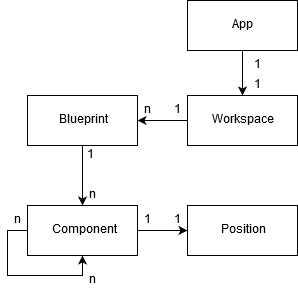
Earlier version of the draw.io export DomainModel/DomainModel.png (winner-is-kungen/TDA367Document). Source tidied: cells renumbered, new cells last; positions are measured from the earlier drawing's top-left corner, leaving out a move shared by most shapes.
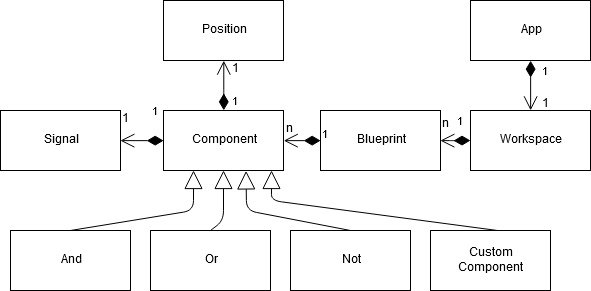
After the change.

Commit message:
Cleaned up Domain Model

The edit, as a diff of the source:
```diff
@@ -2,65 +2,109 @@
   <root>
     <mxCell id="0" />
     <mxCell id="1" parent="0" />
+    <mxCell id="4" value="Component" style="rounded=0;whiteSpace=wrap;html=1;" parent="1" vertex="1">
+      <mxGeometry x="-37" y="80" width="120" height="60" as="geometry" />
+    </mxCell>
+    <mxCell id="9" value="Position" style="rounded=0;whiteSpace=wrap;html=1;" parent="1" vertex="1">
+      <mxGeometry x="-37" y="-30" width="120" height="60" as="geometry" />
+    </mxCell>
+    <mxCell id="22" value="Signal" style="rounded=0;whiteSpace=wrap;html=1;" parent="1" vertex="1">
+      <mxGeometry x="-200" y="80" width="120" height="60" as="geometry" />
+    </mxCell>
+    <mxCell id="6" value="Blueprint" style="rounded=0;whiteSpace=wrap;html=1;" parent="1" vertex="1">
+      <mxGeometry x="120" y="80" width="120" height="60" as="geometry" />
+    </mxCell>
+    <mxCell id="8" value="Workspace" style="rounded=0;whiteSpace=wrap;html=1;" parent="1" vertex="1">
+      <mxGeometry x="270" y="80" width="120" height="60" as="geometry" />
+    </mxCell>
+    <mxCell id="19" value="&lt;div&gt;App&lt;/div&gt;" style="rounded=0;whiteSpace=wrap;html=1;" parent="1" vertex="1">
+      <mxGeometry x="270" y="-30" width="120" height="60" as="geometry" />
+    </mxCell>
+    <mxCell id="23" value="And" style="rounded=0;whiteSpace=wrap;html=1;" parent="1" vertex="1">
+      <mxGeometry x="-190" y="200" width="120" height="60" as="geometry" />
+    </mxCell>
+    <mxCell id="24" value="Or" style="rounded=0;whiteSpace=wrap;html=1;" parent="1" vertex="1">
+      <mxGeometry x="-50" y="200" width="120" height="60" as="geometry" />
+    </mxCell>
+    <mxCell id="25" value="Not" style="rounded=0;whiteSpace=wrap;html=1;" parent="1" vertex="1">
+      <mxGeometry x="90" y="200" width="120" height="60" as="geometry" />
+    </mxCell>
+    <mxCell id="26" value="&lt;div&gt;Custom&lt;/div&gt;&lt;div&gt;Component&lt;br&gt;&lt;/div&gt;" style="rounded=0;whiteSpace=wrap;html=1;" parent="1" vertex="1">
+      <mxGeometry x="230" y="200" width="120" height="60" as="geometry" />
+    </mxCell>
+    <mxCell id="27" style="endArrow=block;endSize=16;endFill=0;html=1;shadow=0;entryX=0.5;entryY=1;entryDx=0;entryDy=0;exitX=0.5;exitY=0;exitDx=0;exitDy=0;rounded=1;" parent="1" edge="1" source="24" target="4">
+      <mxGeometry relative="1" as="geometry">
+        <Array as="points">
+          <mxPoint x="23" y="190" />
+        </Array>
+      </mxGeometry>
+    </mxCell>
+    <mxCell id="28" style="endArrow=block;endSize=16;endFill=0;html=1;shadow=0;entryX=0.25;entryY=1;entryDx=0;entryDy=0;exitX=0.5;exitY=0;exitDx=0;exitDy=0;rounded=1;" parent="1" edge="1" target="4">
+      <mxGeometry relative="1" as="geometry">
+        <mxPoint x="-130" y="200" as="sourcePoint" />
+        <Array as="points">
+          <mxPoint x="-7" y="180" />
+        </Array>
+      </mxGeometry>
+    </mxCell>
+    <mxCell id="29" style="endArrow=block;endSize=16;endFill=0;html=1;shadow=0;entryX=0.688;entryY=1.007;entryDx=0;entryDy=0;exitX=0.5;exitY=0;exitDx=0;exitDy=0;rounded=1;entryPerimeter=0;" parent="1" edge="1" target="4">
+      <mxGeometry relative="1" as="geometry">
+        <mxPoint x="150" y="200" as="sourcePoint" />
+        <Array as="points">
+          <mxPoint x="46" y="180" />
+        </Array>
+      </mxGeometry>
+    </mxCell>
+    <mxCell id="30" style="endArrow=block;endSize=16;endFill=0;html=1;shadow=0;exitX=0.5;exitY=0;exitDx=0;exitDy=0;rounded=1;" parent="1" edge="1">
+      <mxGeometry relative="1" as="geometry">
+        <mxPoint x="297" y="200" as="sourcePoint" />
+        <mxPoint x="71" y="140" as="targetPoint" />
+        <Array as="points">
+          <mxPoint x="71" y="170" />
+        </Array>
+      </mxGeometry>
+    </mxCell>
+    <mxCell id="18" value="1" style="endArrow=open;html=1;endSize=12;startArrow=diamondThin;startSize=14;startFill=1;edgeStyle=orthogonalEdgeStyle;align=left;verticalAlign=bottom;shadow=0;exitX=0.5;exitY=1;exitDx=0;exitDy=0;entryX=0.5;entryY=0;entryDx=0;entryDy=0;" parent="1" edge="1" source="19" target="8">
+      <mxGeometry x="-0.2" y="10" relative="1" as="geometry" />
+    </mxCell>
+    <mxCell id="31" value="1" style="endArrow=open;html=1;endSize=12;startArrow=diamondThin;startSize=14;startFill=1;edgeStyle=orthogonalEdgeStyle;align=left;verticalAlign=bottom;shadow=0;entryX=1;entryY=0.5;entryDx=0;entryDy=0;" parent="1" edge="1" target="6">
+      <mxGeometry x="-0.02" y="-10" relative="1" as="geometry">
+        <mxPoint x="270" y="110" as="sourcePoint" />
+      </mxGeometry>
+    </mxCell>
+    <mxCell id="32" value="1" style="endArrow=open;html=1;endSize=12;startArrow=diamondThin;startSize=14;startFill=1;edgeStyle=orthogonalEdgeStyle;align=left;verticalAlign=bottom;shadow=0;exitX=0.5;exitY=1;exitDx=0;exitDy=0;entryX=1;entryY=0.5;entryDx=0;entryDy=0;" parent="1" edge="1" target="4">
+      <mxGeometry x="-1" y="3" relative="1" as="geometry">
+        <mxPoint x="120.1" y="110.1" as="sourcePoint" />
+      </mxGeometry>
+    </mxCell>
-    <mxCell id="2" style="edgeStyle=orthogonalEdgeStyle;rounded=0;jettySize=auto;html=1;entryX=0;entryY=0.5;entryDx=0;entryDy=0;" parent="1" edge="1" source="4" target="9">
-      <mxGeometry relative="1" as="geometry" />
+    <mxCell id="2" value="1" style="endArrow=open;html=1;endSize=12;startArrow=diamondThin;startSize=14;startFill=1;edgeStyle=orthogonalEdgeStyle;align=left;verticalAlign=bottom;shadow=0;entryX=0.5;entryY=1;entryDx=0;entryDy=0;exitX=0.5;exitY=0;exitDx=0;exitDy=0;" parent="1" edge="1" source="4" target="9">
+      <mxGeometry x="-0.61" y="-12" relative="1" as="geometry">
+        <Array as="points">
+          <mxPoint x="23" y="70" />
+          <mxPoint x="23" y="70" />
+        </Array>
+        <mxPoint x="-5" y="10" as="offset" />
+      </mxGeometry>
     </mxCell>
-    <mxCell id="3" style="edgeStyle=orthogonalEdgeStyle;rounded=0;orthogonalLoop=1;jettySize=auto;html=1;exitX=0;exitY=0.5;exitDx=0;exitDy=0;entryX=0.5;entryY=1;entryDx=0;entryDy=0;" parent="1" edge="1" source="4" target="4">
-      <mxGeometry relative="1" as="geometry" />
-    </mxCell>
-    <mxCell id="4" value="&lt;div&gt;Component&lt;/div&gt;" style="html=1;" parent="1" vertex="1">
-      <mxGeometry x="20" y="205" width="110" height="50" as="geometry" />
-    </mxCell>
-    <mxCell id="5" style="edgeStyle=orthogonalEdgeStyle;rounded=0;jettySize=auto;html=1;entryX=0.5;entryY=0;entryDx=0;entryDy=0;" parent="1" edge="1" source="6" target="4">
-      <mxGeometry relative="1" as="geometry" />
-    </mxCell>
-    <mxCell id="6" value="&lt;div&gt;Blueprint&lt;/div&gt;" style="html=1;" parent="1" vertex="1">
-      <mxGeometry x="20" y="95" width="110" height="50" as="geometry" />
-    </mxCell>
-    <mxCell id="7" style="edgeStyle=orthogonalEdgeStyle;rounded=0;jettySize=auto;html=1;entryX=1;entryY=0.5;entryDx=0;entryDy=0;entryPerimeter=0;" parent="1" edge="1" source="8" target="6">
-      <mxGeometry relative="1" as="geometry" />
-    </mxCell>
-    <mxCell id="8" value="&lt;div&gt;Workspace&lt;/div&gt;" style="html=1;" parent="1" vertex="1">
-      <mxGeometry x="180" y="95" width="110" height="50" as="geometry" />
-    </mxCell>
-    <mxCell id="9" value="&lt;div&gt;Position&lt;/div&gt;" style="html=1;" parent="1" vertex="1">
-      <mxGeometry x="180" y="205" width="110" height="50" as="geometry" />
-    </mxCell>
-    <mxCell id="10" value="&lt;div&gt;n&lt;/div&gt;" style="text;html=1;align=center;verticalAlign=middle;fillColor=none;strokeColor=none;rounded=0;" parent="1" vertex="1">
-      <mxGeometry x="130" y="100" width="20" height="20" as="geometry" />
-    </mxCell>
-    <mxCell id="11" value="&lt;div&gt;n&lt;/div&gt;" style="text;html=1;align=center;verticalAlign=middle;fillColor=none;strokeColor=none;rounded=0;" parent="1" vertex="1">
-      <mxGeometry x="75" y="185" width="20" height="20" as="geometry" />
-    </mxCell>
-    <mxCell id="12" value="1" style="text;html=1;align=center;verticalAlign=middle;fillColor=none;strokeColor=none;rounded=0;" parent="1" vertex="1">
-      <mxGeometry x="160" y="210" width="20" height="20" as="geometry" />
-    </mxCell>
-    <mxCell id="13" value="1" style="text;html=1;align=center;verticalAlign=middle;fillColor=none;strokeColor=none;rounded=0;" parent="1" vertex="1">
-      <mxGeometry x="73" y="145" width="20" height="20" as="geometry" />
-    </mxCell>
-    <mxCell id="14" value="1" style="text;html=1;align=center;verticalAlign=middle;fillColor=none;strokeColor=none;rounded=0;" parent="1" vertex="1">
-      <mxGeometry x="160" y="100" width="20" height="20" as="geometry" />
-    </mxCell>
-    <mxCell id="15" value="1" style="text;html=1;align=center;verticalAlign=middle;fillColor=none;strokeColor=none;rounded=0;" parent="1" vertex="1">
-      <mxGeometry x="130" y="210" width="20" height="20" as="geometry" />
-    </mxCell>
-    <mxCell id="16" value="&lt;div&gt;n&lt;/div&gt;" style="text;html=1;align=center;verticalAlign=middle;fillColor=none;strokeColor=none;rounded=0;" parent="1" vertex="1">
-      <mxGeometry x="75" y="270" width="20" height="20" as="geometry" />
-    </mxCell>
-    <mxCell id="17" value="&lt;div&gt;n&lt;/div&gt;" style="text;html=1;align=center;verticalAlign=middle;fillColor=none;strokeColor=none;rounded=0;" parent="1" vertex="1">
-      <mxGeometry y="210" width="20" height="20" as="geometry" />
-    </mxCell>
-    <mxCell id="18" style="edgeStyle=orthogonalEdgeStyle;rounded=0;jettySize=auto;html=1;exitX=0.5;exitY=1;exitDx=0;exitDy=0;entryX=0.5;entryY=0;entryDx=0;entryDy=0;" parent="1" edge="1" source="19" target="8">
-      <mxGeometry relative="1" as="geometry" />
-    </mxCell>
-    <mxCell id="19" value="&lt;div&gt;App&lt;/div&gt;" style="html=1;" parent="1" vertex="1">
-      <mxGeometry x="180" width="110" height="50" as="geometry" />
-    </mxCell>
-    <mxCell id="20" value="1" style="text;html=1;align=center;verticalAlign=middle;fillColor=none;strokeColor=none;rounded=0;" parent="1" vertex="1">
-      <mxGeometry x="240" y="75" width="20" height="20" as="geometry" />
-    </mxCell>
-    <mxCell id="21" value="1" style="text;html=1;align=center;verticalAlign=middle;fillColor=none;strokeColor=none;rounded=0;" parent="1" vertex="1">
-      <mxGeometry x="240" y="55" width="20" height="20" as="geometry" />
-    </mxCell>
+    <mxCell id="33" value="1" style="endArrow=open;html=1;endSize=12;startArrow=diamondThin;startSize=14;startFill=1;edgeStyle=orthogonalEdgeStyle;align=left;verticalAlign=bottom;shadow=0;exitX=0.5;exitY=1;exitDx=0;exitDy=0;entryX=1;entryY=0.5;entryDx=0;entryDy=0;" parent="1" edge="1" target="22">
+      <mxGeometry x="-0.39" y="-20" relative="1" as="geometry">
+        <mxPoint x="-36.9" y="110.1" as="sourcePoint" />
+      </mxGeometry>
+    </mxCell>
+    <mxCell id="34" value="1" style="text;html=1;align=left;verticalAlign=top;spacingTop=-4;" parent="1" vertex="1">
+      <mxGeometry x="-80" y="80" width="20" height="20" as="geometry" />
+    </mxCell>
+    <mxCell id="35" value="1" style="text;html=1;align=left;verticalAlign=top;spacingTop=-4;" parent="1" vertex="1">
+      <mxGeometry x="30" y="30" width="20" height="20" as="geometry" />
+    </mxCell>
+    <mxCell id="36" value="&lt;div&gt;n&lt;/div&gt;&lt;div&gt;&lt;br&gt;&lt;/div&gt;" style="text;html=1;align=left;verticalAlign=top;spacingTop=-4;" parent="1" vertex="1">
+      <mxGeometry x="83.5" y="90" width="20" height="30" as="geometry" />
+    </mxCell>
+    <mxCell id="37" value="&lt;div&gt;n&lt;/div&gt;&lt;div&gt;&lt;br&gt;&lt;/div&gt;" style="text;html=1;align=left;verticalAlign=top;spacingTop=-4;" parent="1" vertex="1">
+      <mxGeometry x="240" y="85" width="20" height="30" as="geometry" />
+    </mxCell>
+    <mxCell id="38" value="1" style="text;html=1;align=left;verticalAlign=top;spacingTop=-4;" parent="1" vertex="1">
+      <mxGeometry x="340" y="65" width="20" height="20" as="geometry" />
+    </mxCell>
   </root>
 </mxGraphModel>
```
